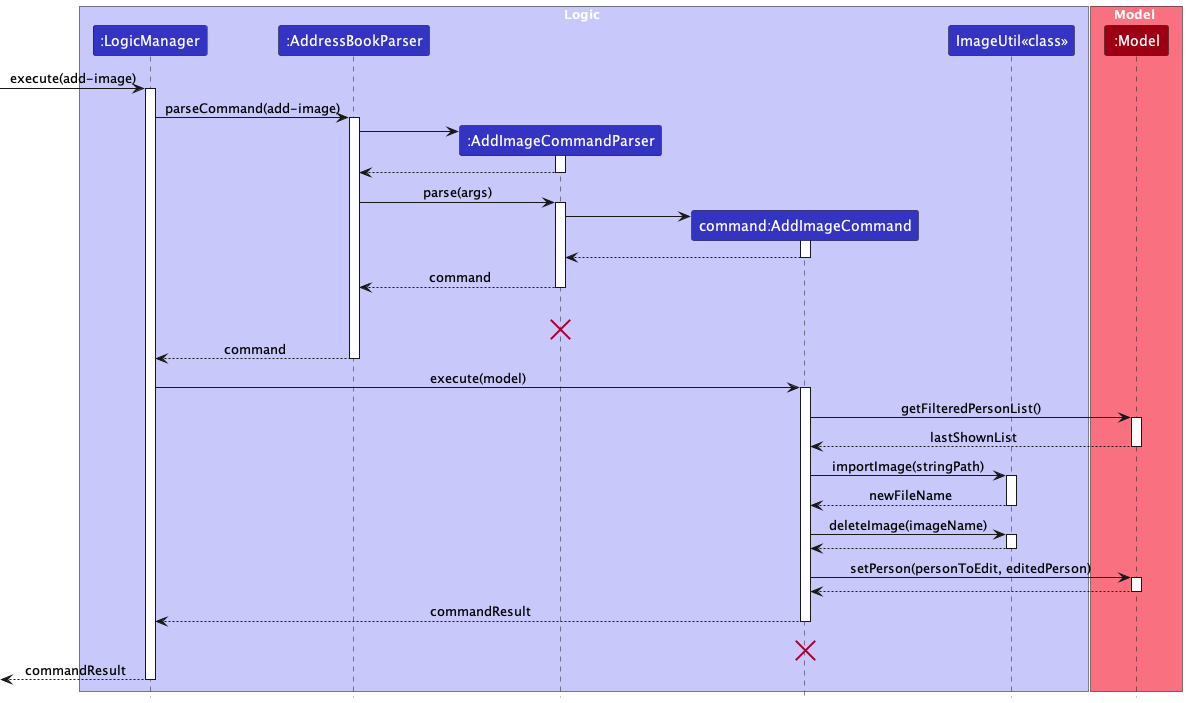
The PlantUML diagram docs/images/AddImageSequenceDiagram.png in nus-cs2103-AY2223S2/tp, before a commit.
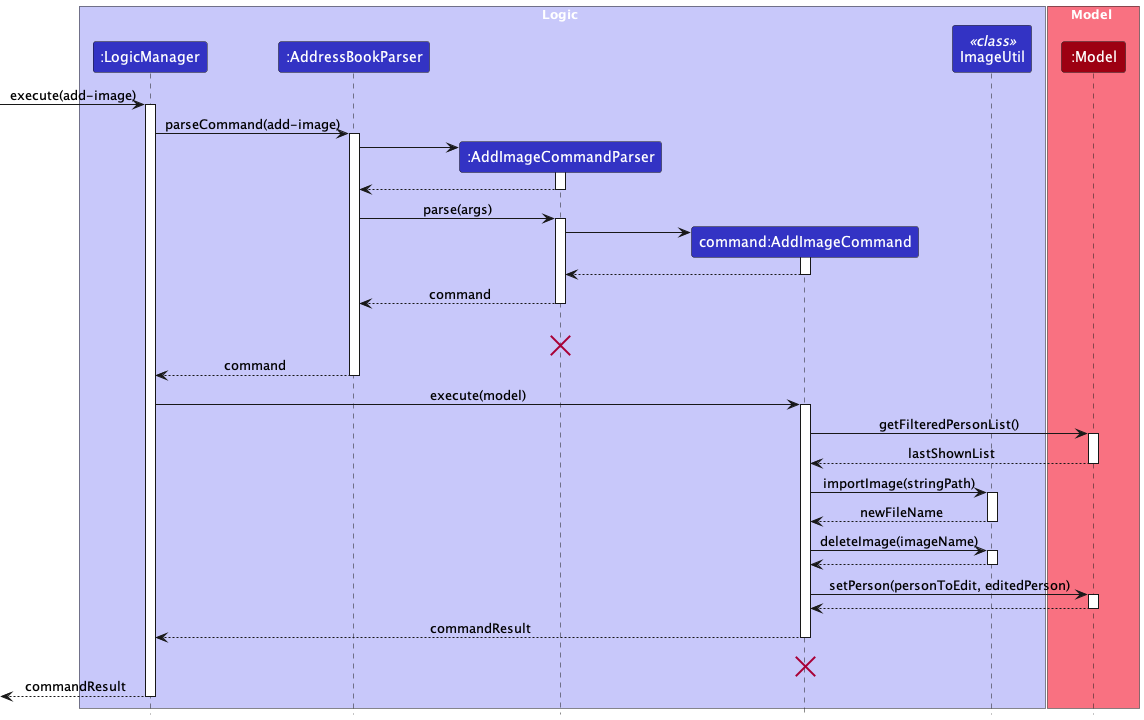
The same diagram one commit later.

Commit message:
Update DG Sequence Diagram for Add Image feature

What changed in the source:
```diff
@@ -6,7 +6,7 @@
 participant ":AddressBookParser" as AddressBookParser LOGIC_COLOR
 participant ":AddImageCommandParser" as AddImageCommandParser LOGIC_COLOR
 participant "command:AddImageCommand" as AddImageCommand LOGIC_COLOR
-participant "ImageUtil<< class >>" as ImageUtil LOGIC_COLOR
+participant "ImageUtil" as ImageUtil <<class>> LOGIC_COLOR
 end box
 
 box Model MODEL_COLOR_T1
```
